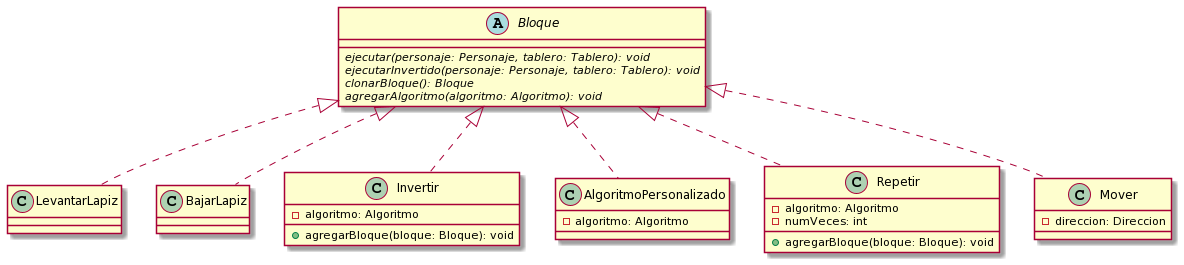
Before: Diagramas/DiagramaDeClases5.png, a diagram exported from PlantUML (lucasbilo/TP2_T12_ALGO3).
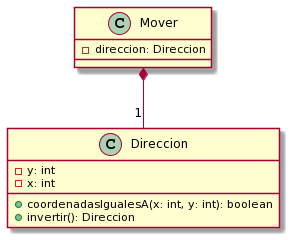
After the change.

Commit message:
Agrego un diagrama mas

Change to the diagram source:
```diff
@@ -1,24 +1,9 @@
 @startuml
-abstract Bloque
-Bloque <|.. LevantarLapiz
-Bloque <|.. BajarLapiz
-Bloque <|.. Invertir
-Bloque <|.. AlgoritmoPersonalizado
-Bloque <|.. Repetir
-Bloque <|.. Mover
-
-Bloque : {abstract} ejecutar(personaje: Personaje, tablero: Tablero): void
-Bloque : {abstract} ejecutarInvertido(personaje: Personaje, tablero: Tablero): void
-Bloque : {abstract} clonarBloque(): Bloque
-Bloque : {abstract} agregarAlgoritmo(algoritmo: Algoritmo): void
+Mover *-- "1" Direccion
 Mover : - direccion: Direccion
 
-AlgoritmoPersonalizado : - algoritmo: Algoritmo
-
-Invertir : - algoritmo: Algoritmo
-Invertir : + agregarBloque(bloque: Bloque): void
-
-Repetir : - algoritmo: Algoritmo
-Repetir : - numVeces: int
-Repetir : + agregarBloque(bloque: Bloque): void
+Direccion : - y: int
+Direccion : - x: int
+Direccion : + coordenadasIgualesA(x: int, y: int): boolean
+Direccion : + invertir(): Direccion
 @enduml
```
